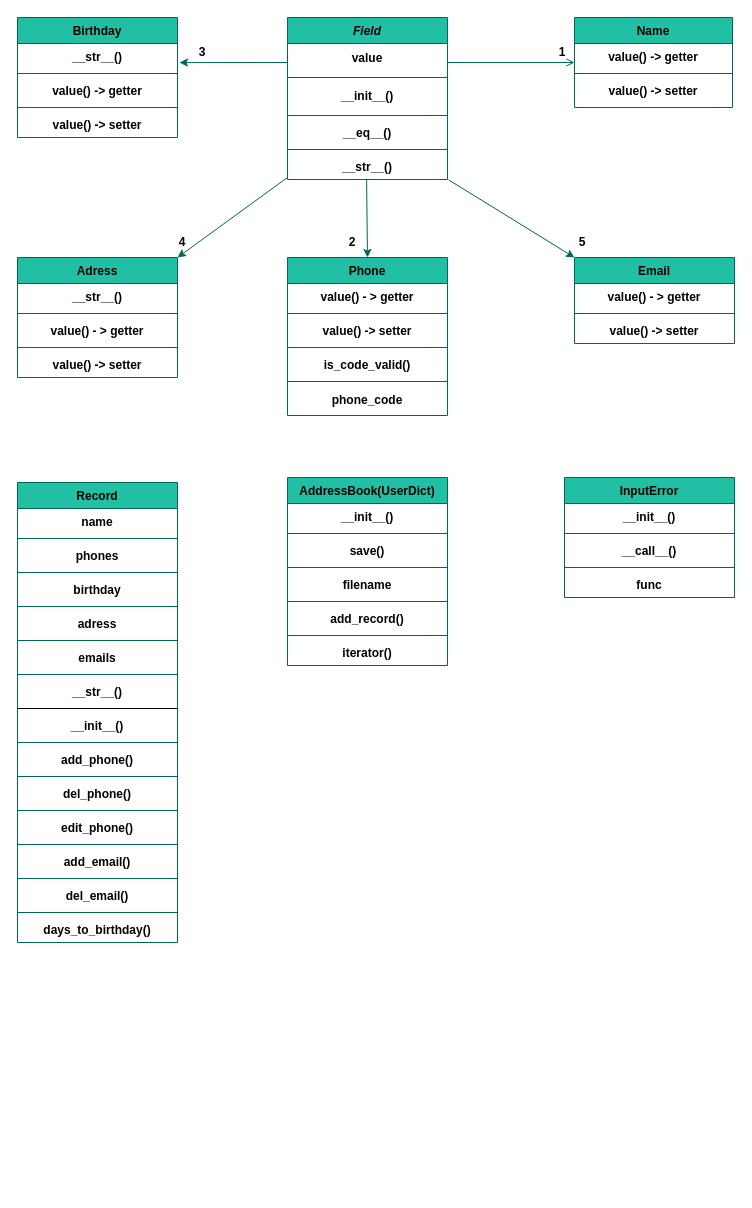
Earlier version of the draw.io diagram page "adressbook" (1 of 2) of consolebot.drawio (LeadShadow/CW-Console-Bot). Source tidied: cells renumbered, new cells numbered last; positions are measured from the earlier drawing's top-left corner, leaving out a move shared by most shapes. Both pictures are drawn from the tidied source at 100%, with x=0, y=0 at pixel (17, 17).
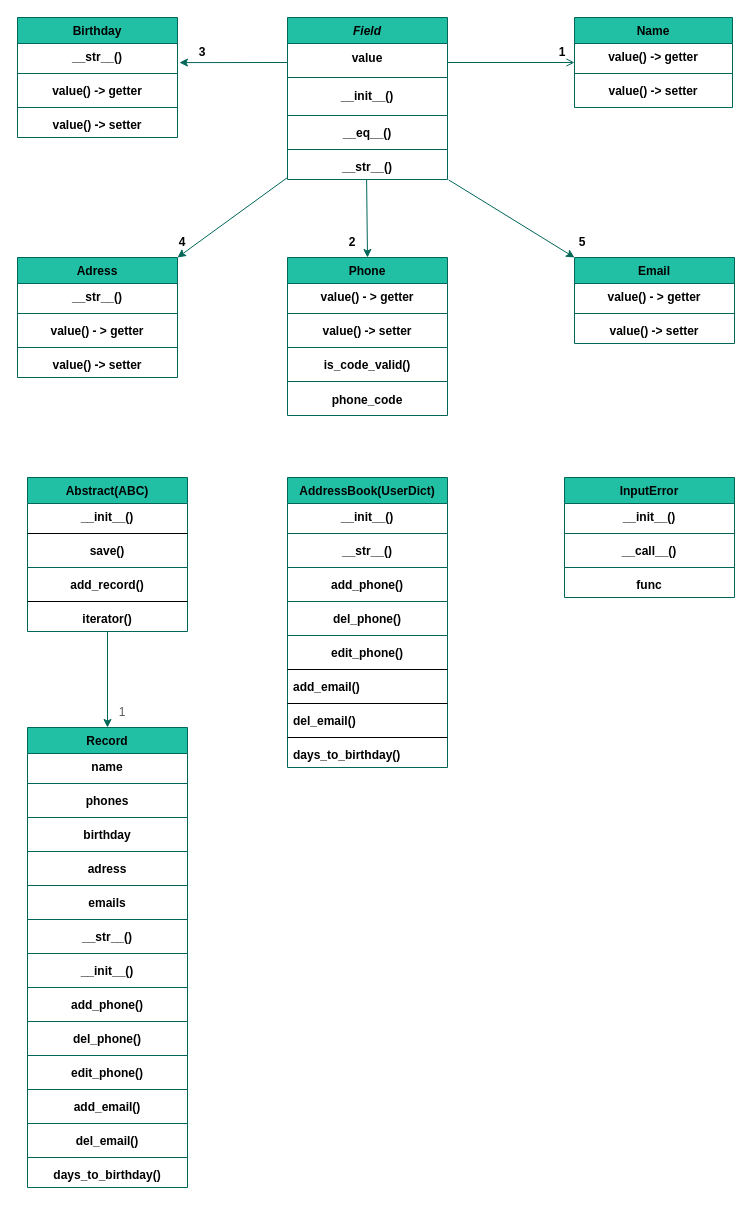
The same diagram, later.

Diff of the diagram source:
```diff
@@
     <mxCell id="49" value="Record" style="swimlane;fontStyle=1;align=center;verticalAlign=top;horizontal=1;startSize=26;rounded=0;shadow=0;strokeWidth=1;fillColor=#21C0A5;strokeColor=#006658;fontColor=#000000;" parent="1" vertex="1">
-      <mxGeometry y="465" width="160" height="460" as="geometry" />
+      <mxGeometry x="10" y="710" width="160" height="460" as="geometry" />
     </mxCell>
@@
-    <mxCell id="61" style="line;html=1;strokeWidth=1;align=left;verticalAlign=middle;spacingTop=-1;spacingLeft=3;spacingRight=3;labelPosition=right;" parent="49" vertex="1">
+    <mxCell id="61" style="line;html=1;strokeWidth=1;align=left;verticalAlign=middle;spacingTop=-1;spacingLeft=3;spacingRight=3;labelPosition=right;fillColor=#21C0A5;strokeColor=#006658;fontColor=#000000;fontStyle=1;" parent="49" vertex="1">
       <mxGeometry y="222" width="160" height="8" as="geometry" />
     </mxCell>
@@
     <mxCell id="75" value="AddressBook(UserDict)" style="swimlane;fontStyle=1;align=center;verticalAlign=top;horizontal=1;startSize=26;rounded=0;shadow=0;strokeWidth=1;fillColor=#21C0A5;strokeColor=#006658;fontColor=#000000;" parent="1" vertex="1">
-      <mxGeometry x="270" y="460" width="160" height="188" as="geometry" />
+      <mxGeometry x="270" y="460" width="160" height="290" as="geometry" />
     </mxCell>
@@
-    <mxCell id="78" value="save()" style="text;align=center;verticalAlign=top;spacingLeft=4;spacingRight=4;overflow=hidden;rounded=0;shadow=0;html=0;fontColor=#000000;fontStyle=1;" parent="75" vertex="1">
+    <mxCell id="78" value="__str__()" style="text;align=center;verticalAlign=top;spacingLeft=4;spacingRight=4;overflow=hidden;rounded=0;shadow=0;html=0;fontColor=#000000;fontStyle=1;" parent="75" vertex="1">
       <mxGeometry y="60" width="160" height="26" as="geometry" />
     </mxCell>
@@
-    <mxCell id="80" value="filename" style="text;align=center;verticalAlign=top;spacingLeft=4;spacingRight=4;overflow=hidden;fontColor=#000000;fontStyle=1;" parent="75" vertex="1">
+    <mxCell id="80" value="add_phone()" style="text;align=center;verticalAlign=top;spacingLeft=4;spacingRight=4;overflow=hidden;fontColor=#000000;fontStyle=1;" parent="75" vertex="1">
       <mxGeometry y="94" width="160" height="26" as="geometry" />
     </mxCell>
@@
-    <mxCell id="82" value="add_record()" style="text;align=center;verticalAlign=top;spacingLeft=4;spacingRight=4;overflow=hidden;fontColor=#000000;fontStyle=1;" parent="75" vertex="1">
+    <mxCell id="82" value="del_phone()" style="text;align=center;verticalAlign=top;spacingLeft=4;spacingRight=4;overflow=hidden;fontColor=#000000;fontStyle=1;" parent="75" vertex="1">
       <mxGeometry y="128" width="160" height="26" as="geometry" />
     </mxCell>
@@
-    <mxCell id="84" value="iterator()" style="text;align=center;verticalAlign=top;spacingLeft=4;spacingRight=4;overflow=hidden;fontColor=#000000;fontStyle=1;" parent="75" vertex="1">
+    <mxCell id="84" value="edit_phone()" style="text;align=center;verticalAlign=top;spacingLeft=4;spacingRight=4;overflow=hidden;fontColor=#000000;fontStyle=1;" parent="75" vertex="1">
       <mxGeometry y="162" width="160" height="26" as="geometry" />
     </mxCell>
+    <mxCell id="91" style="line;html=1;strokeWidth=1;align=left;verticalAlign=middle;spacingTop=-1;spacingLeft=3;spacingRight=3;labelPosition=right;fontStyle=1;fontColor=#000000;" parent="75" vertex="1">
+      <mxGeometry y="188" width="160" height="8" as="geometry" />
+    </mxCell>
+    <mxCell id="92" value="add_email()" style="text;align=left;verticalAlign=top;spacingLeft=4;spacingRight=4;overflow=hidden;fontColor=#000000;fontStyle=1;" parent="75" vertex="1">
+      <mxGeometry y="196" width="160" height="26" as="geometry" />
+    </mxCell>
+    <mxCell id="93" style="line;html=1;strokeWidth=1;align=left;verticalAlign=middle;spacingTop=-1;spacingLeft=3;spacingRight=3;labelPosition=right;fontStyle=1;fontColor=#000000;" parent="75" vertex="1">
+      <mxGeometry y="222" width="160" height="8" as="geometry" />
+    </mxCell>
+    <mxCell id="94" value="del_email()" style="text;align=left;verticalAlign=top;spacingLeft=4;spacingRight=4;overflow=hidden;fontColor=#000000;fontStyle=1;" parent="75" vertex="1">
+      <mxGeometry y="230" width="160" height="26" as="geometry" />
+    </mxCell>
+    <mxCell id="95" style="line;html=1;strokeWidth=1;align=left;verticalAlign=middle;spacingTop=-1;spacingLeft=3;spacingRight=3;labelPosition=right;fontStyle=1;fontColor=#000000;" parent="75" vertex="1">
+      <mxGeometry y="256" width="160" height="8" as="geometry" />
+    </mxCell>
+    <mxCell id="96" value="days_to_birthday()" style="text;align=left;verticalAlign=top;spacingLeft=4;spacingRight=4;overflow=hidden;fontColor=#000000;fontStyle=1;" parent="75" vertex="1">
+      <mxGeometry y="264" width="160" height="26" as="geometry" />
+    </mxCell>
@@
+    <mxCell id="97" value="Abstract(ABC)" style="swimlane;fontStyle=1;align=center;verticalAlign=top;horizontal=1;startSize=26;rounded=0;shadow=0;strokeWidth=1;fillColor=#21C0A5;strokeColor=#006658;fontColor=#000000;" parent="1" vertex="1">
+      <mxGeometry x="10" y="460" width="160" height="154" as="geometry" />
+    </mxCell>
+    <mxCell id="98" value="__init__()" style="text;align=center;verticalAlign=top;spacingLeft=4;spacingRight=4;overflow=hidden;fontColor=#000000;fontStyle=1;" parent="97" vertex="1">
+      <mxGeometry y="26" width="160" height="26" as="geometry" />
+    </mxCell>
+    <mxCell id="99" style="line;html=1;strokeWidth=1;align=center;verticalAlign=middle;spacingTop=-1;spacingLeft=3;spacingRight=3;labelPosition=right;fontStyle=1;fontColor=#000000;" parent="97" vertex="1">
+      <mxGeometry y="52" width="160" height="8" as="geometry" />
+    </mxCell>
+    <mxCell id="100" value="save()" style="text;align=center;verticalAlign=top;spacingLeft=4;spacingRight=4;overflow=hidden;rounded=0;shadow=0;html=0;fontColor=#000000;fontStyle=1;" parent="97" vertex="1">
+      <mxGeometry y="60" width="160" height="26" as="geometry" />
+    </mxCell>
+    <mxCell id="101" style="line;html=1;strokeWidth=1;align=center;verticalAlign=middle;spacingTop=-1;spacingLeft=3;spacingRight=3;labelPosition=right;fillColor=#21C0A5;strokeColor=#006658;fontColor=#000000;fontStyle=1;" parent="97" vertex="1">
+      <mxGeometry y="86" width="160" height="8" as="geometry" />
+    </mxCell>
+    <mxCell id="102" value="add_record()" style="text;align=center;verticalAlign=top;spacingLeft=4;spacingRight=4;overflow=hidden;fontColor=#000000;fontStyle=1;" parent="97" vertex="1">
+      <mxGeometry y="94" width="160" height="26" as="geometry" />
+    </mxCell>
+    <mxCell id="103" style="line;html=1;strokeWidth=1;align=center;verticalAlign=middle;spacingTop=-1;spacingLeft=3;spacingRight=3;labelPosition=right;fontStyle=1;fontColor=#000000;" parent="97" vertex="1">
+      <mxGeometry y="120" width="160" height="8" as="geometry" />
+    </mxCell>
+    <mxCell id="104" value="iterator()" style="text;align=center;verticalAlign=top;spacingLeft=4;spacingRight=4;overflow=hidden;fontColor=#000000;fontStyle=1;" parent="97" vertex="1">
+      <mxGeometry y="128" width="160" height="26" as="geometry" />
+    </mxCell>
+    <mxCell id="105" style="endArrow=classic;html=1;rounded=1;sketch=0;fontColor=#5C5C5C;strokeColor=#006658;fillColor=#21C0A5;curved=0;exitX=0;exitY=0.5;exitDx=0;exitDy=0;entryX=0.5;entryY=0;entryDx=0;entryDy=0;" parent="1" edge="1" target="49">
+      <mxGeometry relative="1" as="geometry">
+        <mxPoint x="90" y="614" as="sourcePoint" />
+      </mxGeometry>
+    </mxCell>
+    <mxCell id="106" value="1" style="text;html=1;strokeColor=none;fillColor=none;align=center;verticalAlign=middle;whiteSpace=wrap;rounded=0;sketch=0;fontColor=#5C5C5C;" parent="1" vertex="1">
+      <mxGeometry x="100" y="690" width="10" height="10" as="geometry" />
+    </mxCell>
```
